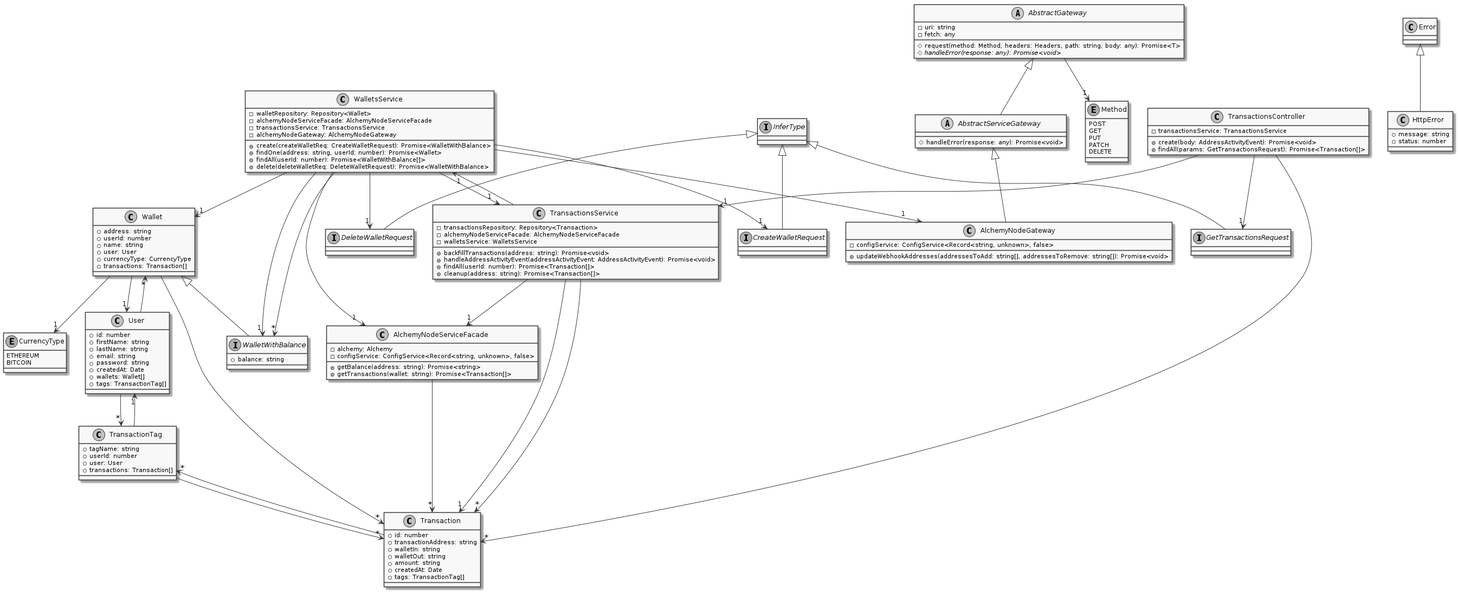
SOEN-490-Capstone/Cryptify keeps this PlantUML diagram as packages/docs/diagrams/generated/class_diagram_eth-edge_transactions.png. Above is the earlier version.
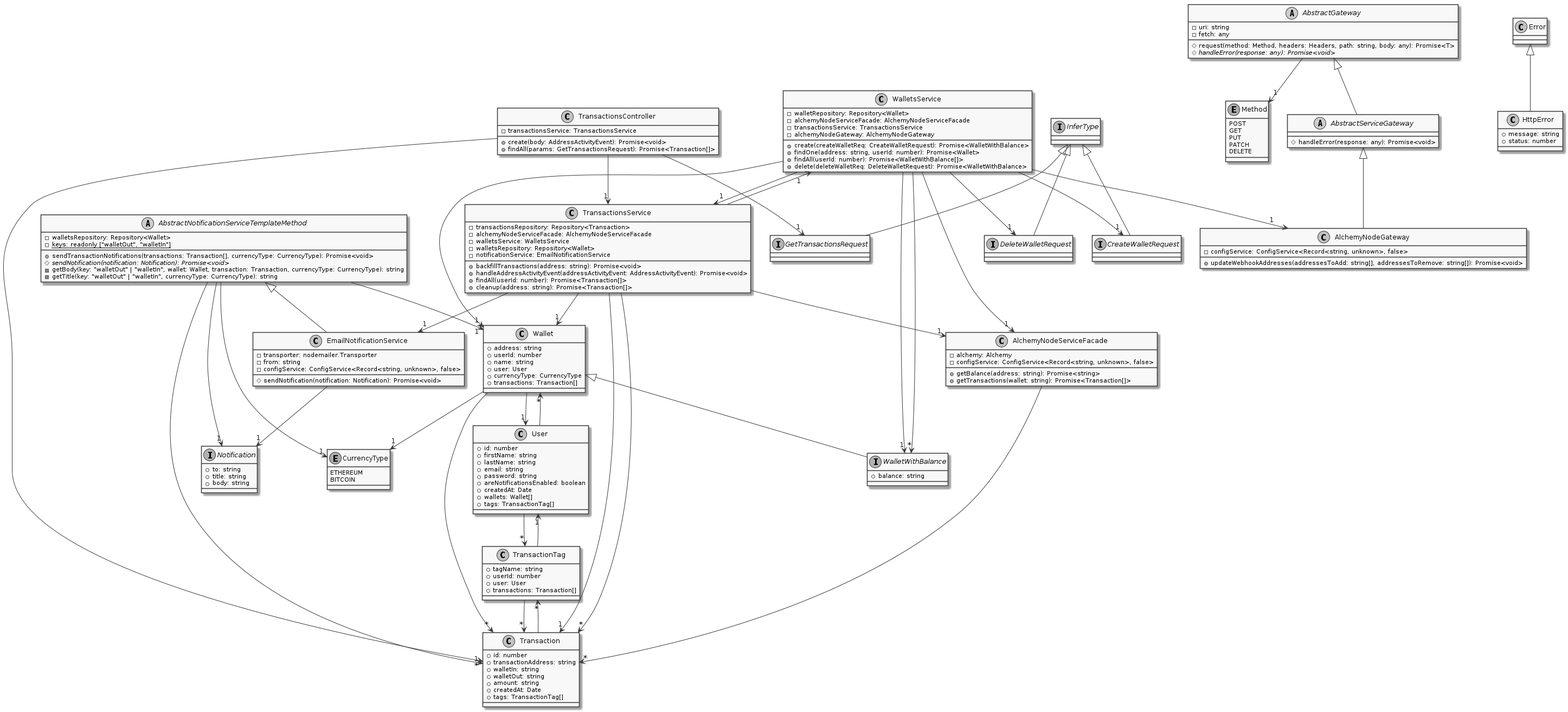
The same file after the commit.

The edit, as a diff of the source:
```diff
@@ -18,6 +18,7 @@
     +lastName: string
     +email: string
     +password: string
+    +areNotificationsEnabled: boolean
     +createdAt: Date
     +wallets: Wallet[]
     +tags: TransactionTag[]
@@ -82,10 +83,31 @@
     +findAll(userId: number): Promise<WalletWithBalance[]>
     +delete(deleteWalletReq: DeleteWalletRequest): Promise<WalletWithBalance>
 }
+abstract class AbstractNotificationServiceTemplateMethod {
+    -walletsRepository: Repository<Wallet>
+    +sendTransactionNotifications(transactions: Transaction[], currencyType: CurrencyType): Promise<void>
+    #{abstract} sendNotification(notification: Notification): Promise<void>
+    -getBody(key: "walletOut" | "walletIn", wallet: Wallet, transaction: Transaction, currencyType: CurrencyType): string
+    -getTitle(key: "walletOut" | "walletIn", currencyType: CurrencyType): string
+    -{static} keys: readonly ["walletOut", "walletIn"]
+}
+interface Notification {
+    +to: string
+    +title: string
+    +body: string
+}
+class EmailNotificationService extends AbstractNotificationServiceTemplateMethod {
+    -transporter: nodemailer.Transporter
+    -from: string
+    -configService: ConfigService<Record<string, unknown>, false>
+    #sendNotification(notification: Notification): Promise<void>
+}
 class TransactionsService {
     -transactionsRepository: Repository<Transaction>
     -alchemyNodeServiceFacade: AlchemyNodeServiceFacade
     -walletsService: WalletsService
+    -walletsRepository: Repository<Wallet>
+    -notificationService: EmailNotificationService
     +backfillTransactions(address: string): Promise<void>
     +handleAddressActivityEvent(addressActivityEvent: AddressActivityEvent): Promise<void>
     +findAll(userId: number): Promise<Transaction[]>
@@ -115,9 +137,16 @@
 WalletsService --> "1" WalletWithBalance
 WalletsService --> "*" WalletWithBalance
 WalletsService --> "1" DeleteWalletRequest
+AbstractNotificationServiceTemplateMethod --> "1" Wallet
+AbstractNotificationServiceTemplateMethod --> "1" Transaction
+AbstractNotificationServiceTemplateMethod --> "1" CurrencyType
+AbstractNotificationServiceTemplateMethod --> "1" Notification
+EmailNotificationService --> "1" Notification
 TransactionsService --> "1" Transaction
 TransactionsService --> "1" AlchemyNodeServiceFacade
 TransactionsService --> "1" WalletsService
+TransactionsService --> "1" Wallet
+TransactionsService --> "1" EmailNotificationService
 TransactionsService --> "*" Transaction
 TransactionsController --> "1" TransactionsService
 TransactionsController --> "1" GetTransactionsRequest
```
